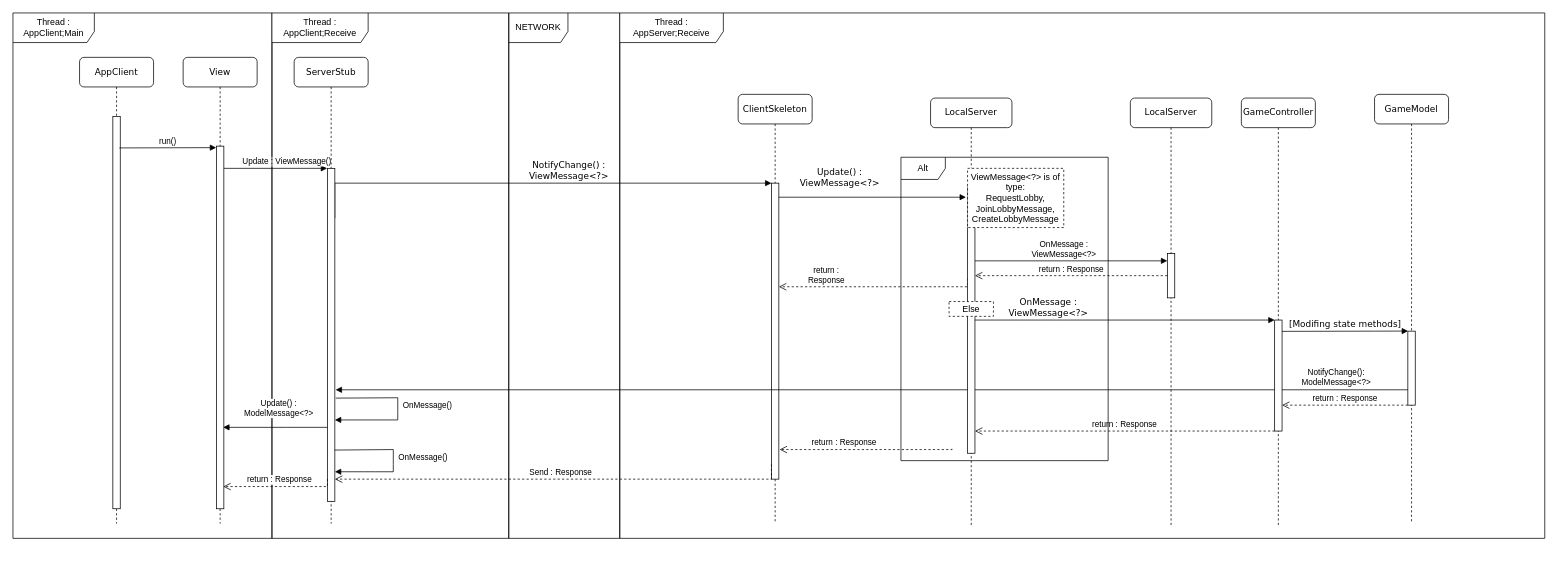
dede1751/ing-sw-2023-sgobbi-scardia-sciaky-simei keeps this draw.io diagram as page "AppClientImplementation" (2 of 2) of deliveries/archive/second_peer_review/diagrams/CommunicationDiagram.drawio. Above is the earlier version. Source tidied: cells renumbered, new cells numbered last; positions are measured from the earlier drawing's top-left corner, leaving out a move shared by most shapes. Both pictures are drawn from the tidied source at 74%, with x=0, y=0 at pixel (13, 13).
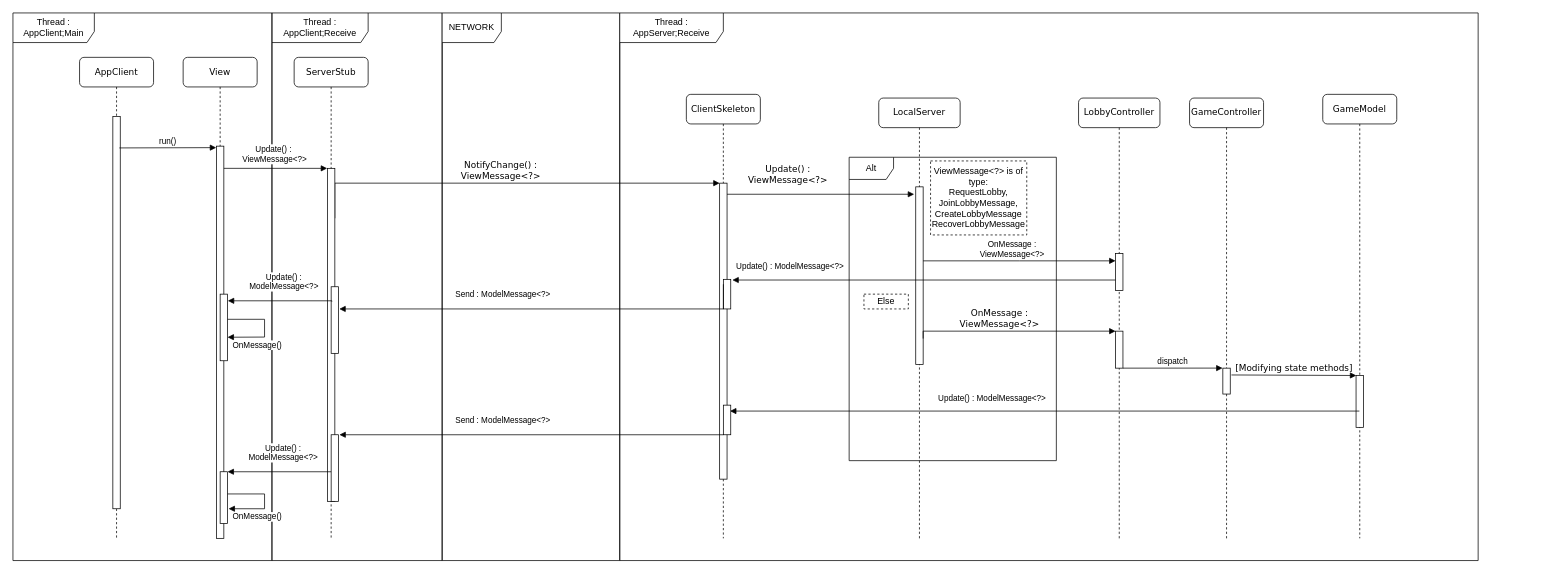
Above is the later version.

Unchanged cells that the change refers to:
```xml
<mxCell id="3" style="html=1;points=[];perimeter=orthogonalPerimeter;rounded=0;shadow=0;comic=0;labelBackgroundColor=none;strokeWidth=1;fontFamily=Verdana;fontSize=12;align=center;" parent="2" vertex="1">
  <mxGeometry x="45" y="120" width="10" height="400" as="geometry" />
</mxCell>
<mxCell id="21" style="html=1;points=[];perimeter=orthogonalPerimeter;rounded=0;shadow=0;comic=0;labelBackgroundColor=none;strokeWidth=1;fontFamily=Verdana;fontSize=12;align=center;" parent="20" vertex="1">
  <mxGeometry x="45" y="150" width="10" height="450" as="geometry" />
</mxCell>
```

Diff of the diagram source:
```diff
@@
+    <mxCell id="18" value="Thread :&lt;br&gt;AppClient;Receive" style="shape=umlFrame;whiteSpace=wrap;html=1;width=130;height=40;" parent="1" vertex="1">
+      <mxGeometry x="350" width="230" height="740" as="geometry" />
+    </mxCell>
     <mxCell id="2" value="ClientSkeleton" style="shape=umlLifeline;perimeter=lifelinePerimeter;whiteSpace=wrap;html=1;rounded=1;shadow=0;comic=0;labelBackgroundColor=none;strokeWidth=1;fontFamily=Verdana;fontSize=12;align=center;size=40;" parent="1" vertex="1">
-      <mxGeometry x="980" y="110" width="100" height="580" as="geometry" />
+      <mxGeometry x="910" y="110" width="100" height="600" as="geometry" />
     </mxCell>
@@
-    <mxCell id="4" value="Send : Response" style="html=1;verticalAlign=bottom;endArrow=open;dashed=1;endSize=8;edgeStyle=elbowEdgeStyle;elbow=vertical;curved=0;rounded=0;" parent="2" edge="1" target="21">
-      <mxGeometry relative="1" as="geometry">
-        <mxPoint x="45" y="500" as="sourcePoint" />
-        <Array as="points">
-          <mxPoint x="-400" y="520" />
-          <mxPoint x="-400" y="560" />
-          <mxPoint x="-370" y="550" />
-          <mxPoint x="-430" y="541" />
-          <mxPoint x="-280" y="540" />
-        </Array>
-      </mxGeometry>
-    </mxCell>
     <mxCell id="5" value="AppClient" style="shape=umlLifeline;perimeter=lifelinePerimeter;whiteSpace=wrap;html=1;rounded=1;shadow=0;comic=0;labelBackgroundColor=none;strokeWidth=1;fontFamily=Verdana;fontSize=12;align=center;" parent="1" vertex="1">
-      <mxGeometry x="90" y="60" width="100" height="630" as="geometry" />
+      <mxGeometry x="90" y="60" width="100" height="650" as="geometry" />
     </mxCell>
@@
     <mxCell id="7" value="NotifyChange() :&lt;br&gt;ViewMessage&amp;lt;?&amp;gt;" style="html=1;verticalAlign=bottom;endArrow=block;entryX=0;entryY=0;labelBackgroundColor=none;fontFamily=Verdana;fontSize=12;edgeStyle=elbowEdgeStyle;elbow=vertical;exitX=1;exitY=0.15;exitDx=0;exitDy=0;exitPerimeter=0;rounded=0;" parent="1" edge="1" source="21" target="3">
-      <mxGeometry x="0.14" relative="1" as="geometry">
+      <mxGeometry x="-0.05" relative="1" as="geometry">
         <Array as="points">
+          <mxPoint x="550" y="230" />
           <mxPoint x="740" y="230" />
         </Array>
+        <mxPoint x="1" as="offset" />
       </mxGeometry>
     </mxCell>
@@
-    <mxCell id="9" value="return :&lt;br&gt;Response" style="html=1;verticalAlign=bottom;endArrow=open;dashed=1;endSize=8;edgeStyle=elbowEdgeStyle;elbow=vertical;curved=0;rounded=0;exitX=0.017;exitY=0.344;exitDx=0;exitDy=0;exitPerimeter=0;" parent="1" edge="1" source="27">
-      <mxGeometry x="0.52" relative="1" as="geometry">
-        <mxPoint x="1035" y="370" as="targetPoint" />
-        <Array as="points">
-          <mxPoint x="1150" y="370" />
-          <mxPoint x="1210" y="360" />
-        </Array>
-      </mxGeometry>
-    </mxCell>
-    <mxCell id="10" value="NotifyChange():&lt;br&gt;ModelMessage&amp;lt;?&amp;gt;" style="html=1;verticalAlign=bottom;endArrow=block;elbow=vertical;rounded=0;entryX=1.1;entryY=0.665;entryDx=0;entryDy=0;entryPerimeter=0;" parent="1" edge="1" source="33" target="21">
-      <mxGeometry x="-0.86" y="-1" relative="1" as="geometry" />
-    </mxCell>
-    <mxCell id="11" value="return : Response" style="html=1;verticalAlign=bottom;endArrow=open;dashed=1;endSize=8;edgeStyle=elbowEdgeStyle;elbow=vertical;curved=0;rounded=0;exitX=-0.09;exitY=0.997;exitDx=0;exitDy=0;exitPerimeter=0;" parent="1" edge="1">
-      <mxGeometry x="0.26" relative="1" as="geometry">
-        <mxPoint x="1269.1" y="589" as="sourcePoint" />
-        <mxPoint x="1036" y="590" as="targetPoint" />
-      </mxGeometry>
-    </mxCell>
     <mxCell id="12" value="Thread :&lt;br&gt;AppClient;Main" style="shape=umlFrame;whiteSpace=wrap;html=1;width=110;height=40;" parent="1" vertex="1">
-      <mxGeometry width="350" height="710" as="geometry" />
+      <mxGeometry width="350" height="740" as="geometry" />
     </mxCell>
     <mxCell id="13" value="NETWORK" style="shape=umlFrame;whiteSpace=wrap;html=1;width=80;height=40;" parent="1" vertex="1">
-      <mxGeometry x="670" width="150" height="710" as="geometry" />
+      <mxGeometry x="580" width="240" height="740" as="geometry" />
     </mxCell>
     <mxCell id="14" value="Thread :&lt;br&gt;AppServer;Receive" style="shape=umlFrame;whiteSpace=wrap;html=1;width=140;height=40;" parent="1" vertex="1">
-      <mxGeometry x="820" width="1250" height="710" as="geometry" />
+      <mxGeometry x="820" width="1160" height="740" as="geometry" />
     </mxCell>
     <mxCell id="15" value="View" style="shape=umlLifeline;perimeter=lifelinePerimeter;whiteSpace=wrap;html=1;rounded=1;shadow=0;comic=0;labelBackgroundColor=none;strokeWidth=1;fontFamily=Verdana;fontSize=12;align=center;" parent="1" vertex="1">
-      <mxGeometry x="230" y="60" width="100" height="630" as="geometry" />
+      <mxGeometry x="230" y="60" width="100" height="650" as="geometry" />
     </mxCell>
     <mxCell id="16" style="html=1;points=[];perimeter=orthogonalPerimeter;rounded=0;shadow=0;comic=0;labelBackgroundColor=none;strokeWidth=1;fontFamily=Verdana;fontSize=12;align=center;" parent="15" vertex="1">
-      <mxGeometry x="45" y="120" width="10" height="490" as="geometry" />
+      <mxGeometry x="45" y="120" width="10" height="530" as="geometry" />
     </mxCell>
+    <mxCell id="43" style="html=1;points=[];perimeter=orthogonalPerimeter;rounded=0;shadow=0;comic=0;labelBackgroundColor=none;strokeWidth=1;fontFamily=Verdana;fontSize=12;align=center;" parent="15" vertex="1">
+      <mxGeometry x="50" y="320" width="10" height="90" as="geometry" />
+    </mxCell>
+    <mxCell id="44" style="html=1;points=[];perimeter=orthogonalPerimeter;rounded=0;shadow=0;comic=0;labelBackgroundColor=none;strokeWidth=1;fontFamily=Verdana;fontSize=12;align=center;" parent="15" vertex="1">
+      <mxGeometry x="50" y="560" width="10" height="70" as="geometry" />
+    </mxCell>
-    <mxCell id="17" value="Update : ViewMessage()" style="html=1;verticalAlign=bottom;endArrow=block;edgeStyle=elbowEdgeStyle;elbow=vertical;curved=0;rounded=0;entryX=-0.039;entryY=0.001;entryDx=0;entryDy=0;entryPerimeter=0;" parent="15" edge="1" target="21">
-      <mxGeometry x="0.22" relative="1" as="geometry">
+    <mxCell id="17" style="html=1;verticalAlign=bottom;endArrow=block;edgeStyle=elbowEdgeStyle;elbow=vertical;curved=0;rounded=0;entryX=-0.039;entryY=0.001;entryDx=0;entryDy=0;entryPerimeter=0;labelBackgroundColor=default;" parent="15" edge="1" target="21">
+      <mxGeometry x="0.07" relative="1" as="geometry">
         <mxPoint x="55" y="150" as="sourcePoint" />
       </mxGeometry>
     </mxCell>
-    <mxCell id="18" value="Thread :&lt;br&gt;AppClient;Receive" style="shape=umlFrame;whiteSpace=wrap;html=1;width=130;height=40;" parent="1" vertex="1">
-      <mxGeometry x="350" width="320" height="710" as="geometry" />
-    </mxCell>
+    <mxCell id="45" value="Update() :&lt;br style=&quot;border-color: var(--border-color);&quot;&gt;&amp;nbsp;ViewMessage&amp;lt;?&amp;gt;" style="edgeLabel;html=1;align=center;verticalAlign=middle;" parent="17" vertex="1">
+      <mxGeometry x="-0.52" y="1" relative="1" as="geometry">
+        <mxPoint x="32" y="-19" as="offset" />
+      </mxGeometry>
+    </mxCell>
+    <mxCell id="46" value="OnMessage()" style="html=1;verticalAlign=bottom;endArrow=block;elbow=vertical;rounded=0;entryX=1.133;entryY=0.714;entryDx=0;entryDy=0;entryPerimeter=0;" parent="15" edge="1" target="44">
+      <mxGeometry x="0.35" y="20" relative="1" as="geometry">
+        <mxPoint x="60" y="590" as="sourcePoint" />
+        <Array as="points">
+          <mxPoint x="110" y="590" />
+          <mxPoint x="110" y="610" />
+        </Array>
+      </mxGeometry>
+    </mxCell>
@@
     <mxCell id="20" value="ServerStub" style="shape=umlLifeline;perimeter=lifelinePerimeter;whiteSpace=wrap;html=1;rounded=1;shadow=0;comic=0;labelBackgroundColor=none;strokeWidth=1;fontFamily=Verdana;fontSize=12;align=center;" parent="1" vertex="1">
-      <mxGeometry x="380" y="60" width="100" height="630" as="geometry" />
+      <mxGeometry x="380" y="60" width="100" height="650" as="geometry" />
     </mxCell>
@@
-    <mxCell id="22" value="OnMessage()" style="html=1;verticalAlign=bottom;endArrow=block;elbow=vertical;rounded=0;exitX=1.12;exitY=0.69;exitDx=0;exitDy=0;exitPerimeter=0;" parent="20" edge="1" source="21">
-      <mxGeometry x="0.05" y="40" relative="1" as="geometry">
-        <mxPoint x="55" y="490" as="targetPoint" />
-        <Array as="points">
-          <mxPoint x="140" y="460" />
-          <mxPoint x="140" y="480" />
-          <mxPoint x="140" y="490" />
-          <mxPoint x="100" y="490" />
-        </Array>
-      </mxGeometry>
-    </mxCell>
+    <mxCell id="47" style="html=1;perimeter=orthogonalPerimeter;rounded=0;shadow=0;comic=0;labelBackgroundColor=none;strokeWidth=1;fontFamily=Verdana;fontSize=12;align=center;" parent="20" vertex="1">
+      <mxGeometry x="50" y="310" width="10" height="90" as="geometry" />
+    </mxCell>
+    <mxCell id="48" style="html=1;points=[];perimeter=orthogonalPerimeter;rounded=0;shadow=0;comic=0;labelBackgroundColor=none;strokeWidth=1;fontFamily=Verdana;fontSize=12;align=center;" parent="20" vertex="1">
+      <mxGeometry x="50" y="510" width="10" height="90" as="geometry" />
+    </mxCell>
-    <mxCell id="23" value="Update() :&lt;br&gt;ModelMessage&amp;lt;?&amp;gt;&lt;br&gt;" style="html=1;verticalAlign=bottom;endArrow=block;edgeStyle=elbowEdgeStyle;elbow=vertical;curved=0;rounded=0;" parent="1" edge="1" source="21">
+    <mxCell id="23" value="Update() :&lt;br&gt;ModelMessage&amp;lt;?&amp;gt;&lt;br&gt;" style="html=1;verticalAlign=bottom;endArrow=block;elbow=vertical;rounded=0;" parent="1" edge="1">
       <mxGeometry x="-0.07" y="-10" relative="1" as="geometry">
-        <mxPoint x="284" y="560" as="targetPoint" />
-        <Array as="points">
-          <mxPoint x="370" y="560" />
-          <mxPoint x="380" y="550" />
-          <mxPoint x="350" y="520" />
-          <mxPoint x="290" y="550" />
-        </Array>
+        <mxPoint x="430" y="620" as="sourcePoint" />
+        <mxPoint x="290" y="620" as="targetPoint" />
       </mxGeometry>
     </mxCell>
-    <mxCell id="24" value="OnMessage()" style="html=1;verticalAlign=bottom;endArrow=block;elbow=vertical;rounded=0;exitX=0.96;exitY=0.846;exitDx=0;exitDy=0;exitPerimeter=0;" parent="1" edge="1" source="21">
-      <mxGeometry x="0.05" y="40" relative="1" as="geometry">
-        <mxPoint x="435" y="620" as="targetPoint" />
-        <Array as="points">
-          <mxPoint x="514" y="590" />
-          <mxPoint x="514" y="610" />
-          <mxPoint x="514" y="620" />
-          <mxPoint x="490" y="620" />
-          <mxPoint x="474" y="620" />
-        </Array>
-      </mxGeometry>
-    </mxCell>
-    <mxCell id="25" value="return : Response" style="html=1;verticalAlign=bottom;endArrow=open;dashed=1;endSize=8;edgeStyle=elbowEdgeStyle;elbow=vertical;curved=0;rounded=0;entryX=0.92;entryY=0.939;entryDx=0;entryDy=0;entryPerimeter=0;" parent="1" edge="1" target="16">
-      <mxGeometry x="-0.01" relative="1" as="geometry">
-        <mxPoint x="425" y="630" as="sourcePoint" />
-        <Array as="points">
-          <mxPoint x="350" y="640" />
-        </Array>
-      </mxGeometry>
-    </mxCell>
     <mxCell id="26" value="LocalServer" style="shape=umlLifeline;perimeter=lifelinePerimeter;whiteSpace=wrap;html=1;rounded=1;shadow=0;comic=0;labelBackgroundColor=none;strokeWidth=1;fontFamily=Verdana;fontSize=12;align=center;" parent="1" vertex="1">
-      <mxGeometry x="1240" y="115" width="110" height="580" as="geometry" />
+      <mxGeometry x="1170" y="115" width="110" height="595" as="geometry" />
     </mxCell>
     <mxCell id="27" style="html=1;points=[];perimeter=orthogonalPerimeter;rounded=0;shadow=0;comic=0;labelBackgroundColor=none;strokeWidth=1;fontFamily=Verdana;fontSize=12;align=center;" parent="26" vertex="1">
-      <mxGeometry x="50" y="120" width="10" height="360" as="geometry" />
+      <mxGeometry x="50" y="120" width="10" height="240" as="geometry" />
     </mxCell>
     <mxCell id="28" value="GameController" style="shape=umlLifeline;perimeter=lifelinePerimeter;whiteSpace=wrap;html=1;rounded=1;shadow=0;comic=0;labelBackgroundColor=none;strokeWidth=1;fontFamily=Verdana;fontSize=12;align=center;" parent="1" vertex="1">
-      <mxGeometry x="1660" y="115" width="100" height="580" as="geometry" />
+      <mxGeometry x="1590" y="115" width="100" height="595" as="geometry" />
     </mxCell>
     <mxCell id="29" style="html=1;points=[];perimeter=orthogonalPerimeter;rounded=0;shadow=0;comic=0;labelBackgroundColor=none;strokeWidth=1;fontFamily=Verdana;fontSize=12;align=center;" parent="28" vertex="1">
-      <mxGeometry x="45" y="300" width="10" height="150" as="geometry" />
+      <mxGeometry x="45" y="365" width="10" height="35" as="geometry" />
     </mxCell>
-    <mxCell id="30" value="return : Response" style="html=1;verticalAlign=bottom;endArrow=open;dashed=1;endSize=8;edgeStyle=elbowEdgeStyle;elbow=vertical;curved=0;rounded=0;" parent="28" edge="1">
-      <mxGeometry relative="1" as="geometry">
-        <mxPoint x="45" y="450" as="sourcePoint" />
-        <mxPoint x="-360" y="450" as="targetPoint" />
-      </mxGeometry>
-    </mxCell>
-    <mxCell id="31" value="OnMessage :&lt;br&gt;ViewMessage&amp;lt;?&amp;gt;" style="html=1;verticalAlign=bottom;endArrow=block;labelBackgroundColor=none;fontFamily=Verdana;fontSize=12;elbow=vertical;rounded=0;" parent="1" edge="1" target="29">
-      <mxGeometry x="-0.51" relative="1" as="geometry">
-        <mxPoint x="1300" y="415" as="sourcePoint" />
+    <mxCell id="31" value="OnMessage :&lt;br&gt;ViewMessage&amp;lt;?&amp;gt;" style="html=1;verticalAlign=bottom;endArrow=block;labelBackgroundColor=none;fontFamily=Verdana;fontSize=12;rounded=0;edgeStyle=elbowEdgeStyle;elbow=vertical;" parent="1" edge="1">
+      <mxGeometry x="-0.16" relative="1" as="geometry">
+        <mxPoint x="1230" y="440" as="sourcePoint" />
+        <mxPoint x="1490" y="430" as="targetPoint" />
         <Array as="points">
-          <mxPoint x="1360" y="415" />
-          <mxPoint x="1390" y="415" />
-          <mxPoint x="1410" y="415" />
+          <mxPoint x="1360" y="430" />
         </Array>
       </mxGeometry>
     </mxCell>
     <mxCell id="32" value="Alt" style="shape=umlFrame;whiteSpace=wrap;html=1;" parent="1" vertex="1">
-      <mxGeometry x="1200" y="195" width="280" height="410" as="geometry" />
+      <mxGeometry x="1130" y="195" width="280" height="410" as="geometry" />
     </mxCell>
     <mxCell id="33" value="GameModel" style="shape=umlLifeline;perimeter=lifelinePerimeter;whiteSpace=wrap;html=1;outlineConnect=0;rounded=1;shadow=0;comic=0;labelBackgroundColor=none;strokeWidth=1;fontFamily=Verdana;fontSize=12;align=center;size=40;" parent="1" vertex="1">
-      <mxGeometry x="1840" y="110" width="100" height="580" as="geometry" />
+      <mxGeometry x="1770" y="110" width="100" height="600" as="geometry" />
     </mxCell>
     <mxCell id="34" style="html=1;points=[];perimeter=orthogonalPerimeter;rounded=0;shadow=0;comic=0;labelBackgroundColor=none;strokeWidth=1;fontFamily=Verdana;fontSize=12;align=center;" parent="33" vertex="1">
-      <mxGeometry x="45" y="320" width="10" height="100" as="geometry" />
+      <mxGeometry x="45" y="380" width="10" height="70" as="geometry" />
     </mxCell>
-    <mxCell id="35" value="return : Response" style="html=1;verticalAlign=bottom;endArrow=open;dashed=1;endSize=8;edgeStyle=elbowEdgeStyle;elbow=vertical;curved=0;rounded=0;" parent="33" edge="1" target="29">
-      <mxGeometry relative="1" as="geometry">
-        <mxPoint x="45" y="420" as="sourcePoint" />
-      </mxGeometry>
-    </mxCell>
     <mxCell id="36" value="Else&lt;br&gt;" style="html=1;whiteSpace=wrap;dashed=1;" parent="1" vertex="1">
-      <mxGeometry x="1265" y="390" width="60" height="20" as="geometry" />
+      <mxGeometry x="1150" y="380" width="60" height="20" as="geometry" />
     </mxCell>
-    <mxCell id="37" value="[Modifing state methods]" style="html=1;verticalAlign=bottom;endArrow=block;labelBackgroundColor=none;fontFamily=Verdana;fontSize=12;elbow=vertical;rounded=0;entryX=0.033;entryY=-0.001;entryDx=0;entryDy=0;entryPerimeter=0;exitX=1;exitY=0.102;exitDx=0;exitDy=0;exitPerimeter=0;" parent="1" edge="1" source="29" target="34">
-      <mxGeometry relative="1" as="geometry">
-        <Array as="points">
-          <mxPoint x="1840" y="430" />
-        </Array>
-      </mxGeometry>
+    <mxCell id="37" value="[Modifying state methods]" style="html=1;verticalAlign=bottom;endArrow=block;labelBackgroundColor=none;fontFamily=Verdana;fontSize=12;elbow=vertical;rounded=0;entryX=0.033;entryY=-0.001;entryDx=0;entryDy=0;entryPerimeter=0;exitX=1.162;exitY=0.263;exitDx=0;exitDy=0;exitPerimeter=0;" parent="1" edge="1" source="29" target="34">
+      <mxGeometry relative="1" as="geometry" />
     </mxCell>
-    <mxCell id="38" value="LocalServer" style="shape=umlLifeline;perimeter=lifelinePerimeter;whiteSpace=wrap;html=1;rounded=1;shadow=0;comic=0;labelBackgroundColor=none;strokeWidth=1;fontFamily=Verdana;fontSize=12;align=center;" parent="1" vertex="1">
-      <mxGeometry x="1510" y="115" width="110" height="580" as="geometry" />
+    <mxCell id="38" value="LobbyController" style="shape=umlLifeline;perimeter=lifelinePerimeter;whiteSpace=wrap;html=1;rounded=1;shadow=0;comic=0;labelBackgroundColor=none;strokeWidth=1;fontFamily=Verdana;fontSize=12;align=center;" parent="1" vertex="1">
+      <mxGeometry x="1440" y="115" width="110" height="595" as="geometry" />
     </mxCell>
     <mxCell id="39" style="html=1;points=[];perimeter=orthogonalPerimeter;rounded=0;shadow=0;comic=0;labelBackgroundColor=none;strokeWidth=1;fontFamily=Verdana;fontSize=12;align=center;" parent="38" vertex="1">
-      <mxGeometry x="50" y="210" width="10" height="60" as="geometry" />
+      <mxGeometry x="50" y="210" width="10" height="50" as="geometry" />
     </mxCell>
+    <mxCell id="49" style="html=1;perimeter=orthogonalPerimeter;rounded=0;shadow=0;comic=0;labelBackgroundColor=none;strokeWidth=1;fontFamily=Verdana;fontSize=12;align=center;" parent="38" vertex="1">
+      <mxGeometry x="50" y="315" width="10" height="50" as="geometry" />
+    </mxCell>
+    <mxCell id="50" value="dispatch" style="html=1;verticalAlign=bottom;endArrow=block;elbow=vertical;rounded=0;entryX=-0.039;entryY=-0.002;entryDx=0;entryDy=0;entryPerimeter=0;" parent="38" edge="1" target="29">
+      <mxGeometry relative="1" as="geometry">
+        <mxPoint x="60" y="365" as="sourcePoint" />
+      </mxGeometry>
+    </mxCell>
     <mxCell id="40" value="OnMessage :&lt;br&gt;ViewMessage&amp;lt;?&amp;gt;" style="html=1;verticalAlign=bottom;endArrow=block;edgeStyle=elbowEdgeStyle;elbow=vertical;curved=0;rounded=0;" parent="1" edge="1">
       <mxGeometry x="-0.08" relative="1" as="geometry">
-        <mxPoint x="1300" y="335" as="sourcePoint" />
-        <mxPoint x="1560" y="335" as="targetPoint" />
+        <mxPoint x="1230" y="335" as="sourcePoint" />
+        <mxPoint x="1490" y="335" as="targetPoint" />
       </mxGeometry>
     </mxCell>
-    <mxCell id="41" value="return : Response" style="html=1;verticalAlign=bottom;endArrow=open;dashed=1;endSize=8;edgeStyle=elbowEdgeStyle;elbow=vertical;curved=0;rounded=0;" parent="1" edge="1">
-      <mxGeometry relative="1" as="geometry">
-        <mxPoint x="1560" y="355" as="sourcePoint" />
-        <mxPoint x="1300" y="355.1" as="targetPoint" />
-      </mxGeometry>
-    </mxCell>
-    <mxCell id="42" value="ViewMessage&amp;lt;?&amp;gt; is of type:&lt;br&gt;RequestLobby,&lt;br&gt;JoinLobbyMessage,&lt;br&gt;CreateLobbyMessage&lt;br&gt;" style="html=1;whiteSpace=wrap;dashed=1;" parent="1" vertex="1">
-      <mxGeometry x="1290" y="210" width="130" height="80" as="geometry" />
+    <mxCell id="42" value="ViewMessage&amp;lt;?&amp;gt; is of type:&lt;br&gt;RequestLobby,&lt;br&gt;JoinLobbyMessage,&lt;br&gt;CreateLobbyMessage&lt;br&gt;RecoverLobbyMessage" style="html=1;whiteSpace=wrap;dashed=1;" parent="1" vertex="1">
+      <mxGeometry x="1240" y="200" width="130" height="100" as="geometry" />
     </mxCell>
+    <mxCell id="51" value="Update() : ModelMessage&amp;lt;?&amp;gt;" style="html=1;verticalAlign=bottom;endArrow=block;elbow=vertical;rounded=0;exitX=0;exitY=0.718;exitDx=0;exitDy=0;exitPerimeter=0;entryX=1.217;entryY=0.023;entryDx=0;entryDy=0;entryPerimeter=0;" parent="1" edge="1" source="39" target="52">
+      <mxGeometry x="0.7" y="-10" relative="1" as="geometry" />
+    </mxCell>
+    <mxCell id="52" style="html=1;points=[];perimeter=orthogonalPerimeter;rounded=0;shadow=0;comic=0;labelBackgroundColor=none;strokeWidth=1;fontFamily=Verdana;fontSize=12;align=center;" parent="1" vertex="1">
+      <mxGeometry x="960" y="360" width="10" height="40" as="geometry" />
+    </mxCell>
+    <mxCell id="53" value="Send : ModelMessage&amp;lt;?&amp;gt;" style="html=1;verticalAlign=bottom;endArrow=block;elbow=vertical;rounded=0;exitX=0.003;exitY=0.167;exitDx=0;exitDy=0;exitPerimeter=0;edgeStyle=elbowEdgeStyle;" parent="1" edge="1" source="52">
+      <mxGeometry x="0.2" y="-10" relative="1" as="geometry">
+        <mxPoint x="441" y="400" as="targetPoint" />
+        <Array as="points">
+          <mxPoint x="720" y="400" />
+          <mxPoint x="700" y="410" />
+          <mxPoint x="700" y="395" />
+          <mxPoint x="870" y="370" />
+        </Array>
+      </mxGeometry>
+    </mxCell>
+    <mxCell id="54" value="Update() :&lt;br&gt;ModelMessage&amp;lt;?&amp;gt;&lt;br&gt;" style="html=1;verticalAlign=bottom;endArrow=block;edgeStyle=elbowEdgeStyle;elbow=vertical;curved=0;rounded=0;entryX=1.035;entryY=0.103;entryDx=0;entryDy=0;entryPerimeter=0;" parent="1" edge="1" target="43">
+      <mxGeometry x="-0.07" y="-10" relative="1" as="geometry">
+        <mxPoint x="431" y="390" as="sourcePoint" />
+        <Array as="points">
+          <mxPoint x="290" y="389" />
+          <mxPoint x="386" y="380" />
+          <mxPoint x="356" y="350" />
+          <mxPoint x="296" y="380" />
+        </Array>
+      </mxGeometry>
+    </mxCell>
+    <mxCell id="55" value="OnMessage()" style="html=1;verticalAlign=bottom;endArrow=block;elbow=vertical;rounded=0;entryX=1;entryY=0.647;entryDx=0;entryDy=0;entryPerimeter=0;" parent="1" edge="1" target="43">
+      <mxGeometry x="0.36" y="20" relative="1" as="geometry">
+        <mxPoint x="290" y="414" as="sourcePoint" />
+        <Array as="points">
+          <mxPoint x="340" y="414" />
+          <mxPoint x="340" y="438" />
+        </Array>
+      </mxGeometry>
+    </mxCell>
+    <mxCell id="56" value="Update() : ModelMessage&amp;lt;?&amp;gt;" style="html=1;verticalAlign=bottom;endArrow=block;edgeStyle=elbowEdgeStyle;elbow=vertical;curved=0;rounded=0;entryX=0.9;entryY=0.19;entryDx=0;entryDy=0;entryPerimeter=0;" parent="1" edge="1" source="33" target="57">
+      <mxGeometry x="0.17" y="-8" relative="1" as="geometry">
+        <Array as="points">
+          <mxPoint x="1000" y="538" />
+        </Array>
+        <mxPoint x="1" as="offset" />
+      </mxGeometry>
+    </mxCell>
+    <mxCell id="57" style="html=1;points=[];perimeter=orthogonalPerimeter;rounded=0;shadow=0;comic=0;labelBackgroundColor=none;strokeWidth=1;fontFamily=Verdana;fontSize=12;align=center;" parent="1" vertex="1">
+      <mxGeometry x="960" y="530" width="10" height="40" as="geometry" />
+    </mxCell>
+    <mxCell id="58" value="Send : ModelMessage&amp;lt;?&amp;gt;" style="html=1;verticalAlign=bottom;endArrow=block;edgeStyle=elbowEdgeStyle;elbow=vertical;curved=0;rounded=0;entryX=1.114;entryY=0.002;entryDx=0;entryDy=0;entryPerimeter=0;" parent="1" edge="1" target="48">
+      <mxGeometry x="0.15" y="-10" relative="1" as="geometry">
+        <mxPoint x="960" y="570" as="sourcePoint" />
+      </mxGeometry>
+    </mxCell>
```
